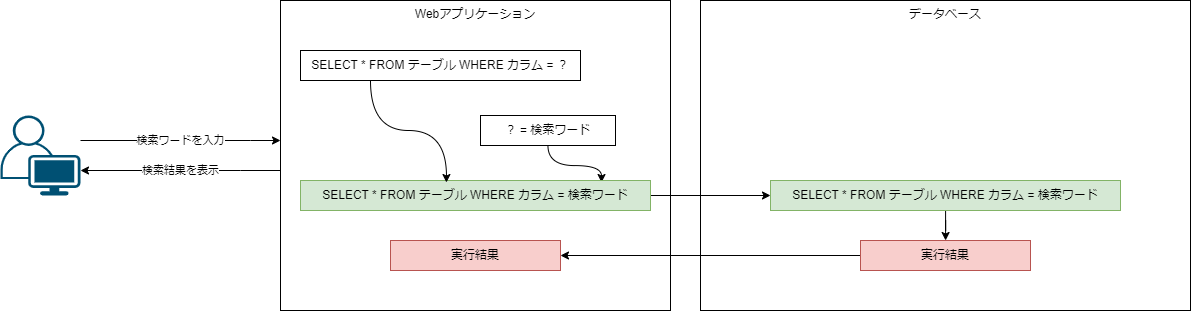
The draw.io diagram assets/img/動的プレースホルダ.png in tatsuichi/blog, before a commit. Source tidied: cells renumbered, new cells last; positions are measured from the earlier drawing's top-left corner, leaving out a move shared by most shapes.
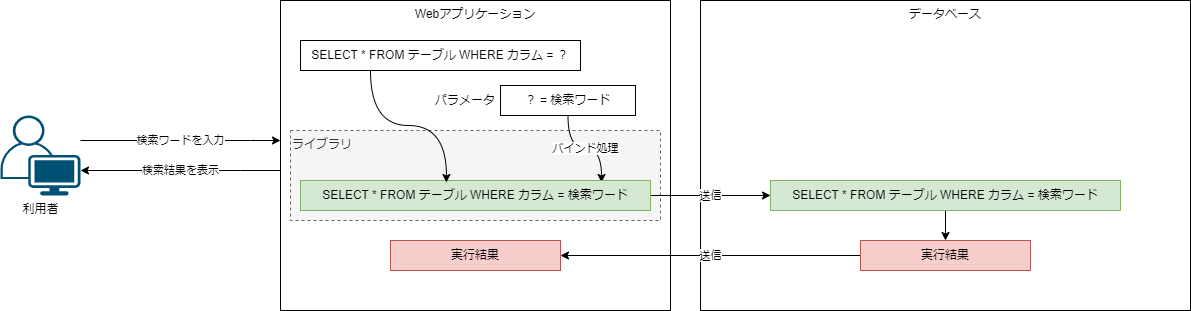
After the commit.

Change to the diagram source:
```diff
@@ -2,6 +2,12 @@
   <root>
     <mxCell id="0" />
     <mxCell id="1" parent="0" />
+    <mxCell id="4" value="Webアプリケーション" style="rounded=0;whiteSpace=wrap;html=1;verticalAlign=top;" parent="1" vertex="1">
+      <mxGeometry x="280" width="390" height="310" as="geometry" />
+    </mxCell>
+    <mxCell id="18" value="ライブラリ" style="rounded=0;whiteSpace=wrap;html=1;fillColor=#f5f5f5;dashed=1;align=left;verticalAlign=top;strokeColor=#666666;fontColor=#333333;" parent="1" vertex="1">
+      <mxGeometry x="290" y="130" width="370" height="90" as="geometry" />
+    </mxCell>
     <mxCell id="2" value="データベース" style="rounded=0;whiteSpace=wrap;html=1;verticalAlign=top;" parent="1" vertex="1">
       <mxGeometry x="700" width="490" height="310" as="geometry" />
     </mxCell>
@@ -13,9 +19,6 @@
         </Array>
       </mxGeometry>
     </mxCell>
-    <mxCell id="4" value="Webアプリケーション" style="rounded=0;whiteSpace=wrap;html=1;verticalAlign=top;" parent="1" vertex="1">
-      <mxGeometry x="280" width="390" height="310" as="geometry" />
-    </mxCell>
     <mxCell id="5" value="検索ワードを入力" style="edgeStyle=orthogonalEdgeStyle;rounded=0;jettySize=auto;html=1;" parent="1" edge="1" source="6" target="4">
       <mxGeometry relative="1" as="geometry">
         <Array as="points">
@@ -24,19 +27,19 @@
         </Array>
       </mxGeometry>
     </mxCell>
-    <mxCell id="6" style="points=[[0.35,0,0],[0.98,0.51,0],[1,0.71,0],[0.67,1,0],[0,0.795,0],[0,0.65,0]];verticalLabelPosition=bottom;sketch=0;html=1;verticalAlign=top;align=center;shape=mxgraph.cisco19.user;fillColor=#005073;strokeColor=none;" parent="1" vertex="1">
+    <mxCell id="6" value="利用者" style="points=[[0.35,0,0],[0.98,0.51,0],[1,0.71,0],[0.67,1,0],[0,0.795,0],[0,0.65,0]];verticalLabelPosition=bottom;sketch=0;html=1;verticalAlign=top;align=center;shape=mxgraph.cisco19.user;fillColor=#005073;strokeColor=none;" parent="1" vertex="1">
       <mxGeometry y="115" width="80" height="80" as="geometry" />
     </mxCell>
     <mxCell id="7" value="SELECT * FROM テーブル WHERE カラム = ？" style="rounded=0;whiteSpace=wrap;html=1;" parent="1" vertex="1">
-      <mxGeometry x="300" y="50" width="280" height="30" as="geometry" />
+      <mxGeometry x="300" y="40" width="280" height="30" as="geometry" />
     </mxCell>
-    <mxCell id="8" style="edgeStyle=orthogonalEdgeStyle;rounded=0;jettySize=auto;html=1;curved=1;entryX=0.86;entryY=0.067;entryDx=0;entryDy=0;entryPerimeter=0;" parent="1" edge="1" source="15" target="11">
+    <mxCell id="8" value="バインド処理" style="edgeStyle=orthogonalEdgeStyle;rounded=0;jettySize=auto;html=1;curved=1;entryX=0.86;entryY=0.067;entryDx=0;entryDy=0;entryPerimeter=0;" parent="1" edge="1" source="15" target="11">
       <mxGeometry relative="1" as="geometry" />
     </mxCell>
-    <mxCell id="9" style="edgeStyle=orthogonalEdgeStyle;rounded=0;jettySize=auto;html=1;entryX=1;entryY=0.5;entryDx=0;entryDy=0;curved=1;exitX=0;exitY=0.5;exitDx=0;exitDy=0;" parent="1" edge="1" source="13" target="12">
+    <mxCell id="9" value="送信" style="edgeStyle=orthogonalEdgeStyle;rounded=0;jettySize=auto;html=1;entryX=1;entryY=0.5;entryDx=0;entryDy=0;curved=1;exitX=0;exitY=0.5;exitDx=0;exitDy=0;" parent="1" edge="1" source="13" target="12">
       <mxGeometry relative="1" as="geometry" />
     </mxCell>
-    <mxCell id="10" style="edgeStyle=orthogonalEdgeStyle;rounded=0;jettySize=auto;html=1;entryX=0;entryY=0.5;entryDx=0;entryDy=0;" parent="1" edge="1" source="11" target="17">
+    <mxCell id="10" value="送信" style="edgeStyle=orthogonalEdgeStyle;rounded=0;jettySize=auto;html=1;entryX=0;entryY=0.5;entryDx=0;entryDy=0;" parent="1" edge="1" source="11" target="17">
       <mxGeometry relative="1" as="geometry" />
     </mxCell>
     <mxCell id="11" value="SELECT * FROM テーブル WHERE カラム = 検索ワード" style="rounded=0;whiteSpace=wrap;html=1;fillColor=#d5e8d4;strokeColor=#82b366;" parent="1" vertex="1">
@@ -49,10 +52,10 @@
       <mxGeometry x="860" y="240" width="170" height="30" as="geometry" />
     </mxCell>
     <mxCell id="14" style="edgeStyle=orthogonalEdgeStyle;rounded=0;jettySize=auto;html=1;entryX=0.417;entryY=0.067;entryDx=0;entryDy=0;curved=1;exitX=0.25;exitY=1;exitDx=0;exitDy=0;entryPerimeter=0;" parent="1" edge="1" source="7" target="11">
-      <mxGeometry relative="1" as="geometry" />
+      <mxGeometry x="0.66" relative="1" as="geometry" />
     </mxCell>
     <mxCell id="15" value="？ = 検索ワード" style="rounded=0;whiteSpace=wrap;html=1;" parent="1" vertex="1">
-      <mxGeometry x="480" y="115" width="135" height="30" as="geometry" />
+      <mxGeometry x="500" y="85" width="135" height="30" as="geometry" />
     </mxCell>
     <mxCell id="16" style="edgeStyle=orthogonalEdgeStyle;rounded=0;jettySize=auto;html=1;" parent="1" edge="1" source="17" target="13">
       <mxGeometry relative="1" as="geometry" />
@@ -60,5 +63,8 @@
     <mxCell id="17" value="SELECT * FROM テーブル WHERE カラム = 検索ワード" style="rounded=0;whiteSpace=wrap;html=1;fillColor=#d5e8d4;strokeColor=#82b366;" parent="1" vertex="1">
       <mxGeometry x="770" y="180" width="350" height="30" as="geometry" />
     </mxCell>
+    <mxCell id="19" value="パラメータ" style="text;html=1;strokeColor=none;fillColor=none;align=center;verticalAlign=middle;whiteSpace=wrap;rounded=0;" parent="1" vertex="1">
+      <mxGeometry x="430" y="85" width="70" height="30" as="geometry" />
+    </mxCell>
   </root>
 </mxGraphModel>
```
